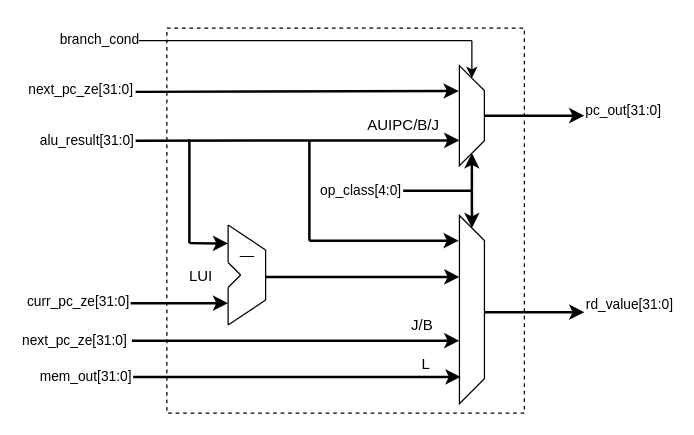
Above: docs/images/WB_BD.drawio in mircotoll01/VHDL-RISC-V (draw.io), before the change. Source tidied: cells renumbered, new cells numbered last; positions are measured from the earlier drawing's top-left corner, leaving out a move shared by most shapes. Both pictures are drawn from the tidied source at 125%, with x=0, y=0 at pixel (129, 28).
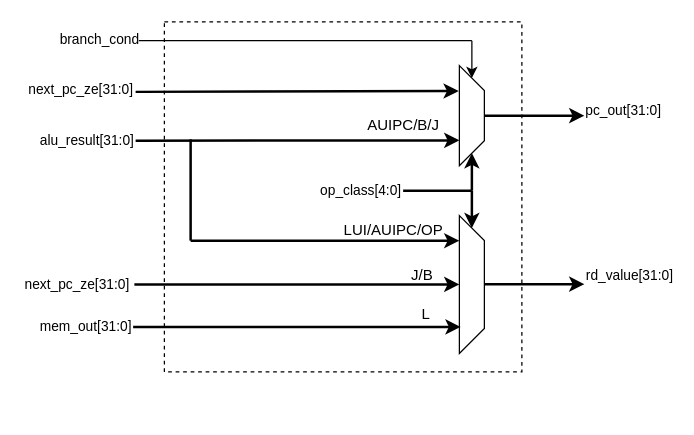
The same page after the edit.

The edit, as a diff of the source:
```diff
@@
-    <mxCell id="10" style="shape=trapezoid;perimeter=trapezoidPerimeter;whiteSpace=wrap;html=1;fixedSize=1;rotation=90;" parent="1" vertex="1">
-      <mxGeometry x="198.8" y="215.2" width="150.5" height="20" as="geometry" />
+    <mxCell id="10" style="shape=trapezoid;perimeter=trapezoidPerimeter;whiteSpace=wrap;html=1;fixedSize=1;rotation=90;strokeWidth=1;" parent="1" vertex="1">
+      <mxGeometry x="218.9" y="195.1" width="110.2" height="20" as="geometry" />
     </mxCell>
-    <mxCell id="11" style="endArrow=classic;html=1;rounded=0;entryX=0.166;entryY=1.025;entryDx=0;entryDy=0;entryPerimeter=0;strokeWidth=2;" parent="1" edge="1">
-      <mxGeometry relative="1" as="geometry">
-        <mxPoint x="144" y="170" as="sourcePoint" />
-        <mxPoint x="263.5" y="170" as="targetPoint" />
-      </mxGeometry>
-    </mxCell>
     <mxCell id="12" style="endArrow=classic;html=1;rounded=0;entryX=0.166;entryY=1.025;entryDx=0;entryDy=0;entryPerimeter=0;strokeWidth=2;" parent="1" edge="1">
       <mxGeometry relative="1" as="geometry">
-        <mxPoint x="3" y="279" as="sourcePoint" />
-        <mxPoint x="265" y="279" as="targetPoint" />
+        <mxPoint x="3" y="239" as="sourcePoint" />
+        <mxPoint x="265" y="239" as="targetPoint" />
       </mxGeometry>
     </mxCell>
@@
-    <mxCell id="14" style="endArrow=classic;html=1;rounded=0;entryX=0.166;entryY=1.025;entryDx=0;entryDy=0;entryPerimeter=0;strokeWidth=2;" parent="1" edge="1">
+    <mxCell id="14" style="endArrow=classic;html=1;rounded=0;strokeWidth=2;" parent="1" edge="1">
       <mxGeometry relative="1" as="geometry">
-        <mxPoint x="2" y="250" as="sourcePoint" />
-        <mxPoint x="264" y="250" as="targetPoint" />
+        <mxPoint x="4" y="205" as="sourcePoint" />
+        <mxPoint x="264" y="205" as="targetPoint" />
       </mxGeometry>
     </mxCell>
@@
     <mxCell id="22" style="endArrow=classic;html=1;rounded=0;strokeWidth=2;" parent="1" edge="1">
       <mxGeometry relative="1" as="geometry">
-        <mxPoint x="284" y="227.2" as="sourcePoint" />
-        <mxPoint x="364" y="227.2" as="targetPoint" />
+        <mxPoint x="284" y="204.8" as="sourcePoint" />
+        <mxPoint x="364" y="204.8" as="targetPoint" />
       </mxGeometry>
     </mxCell>
@@
-    <mxCell id="24" style="endArrow=none;html=1;rounded=0;strokeWidth=2;" parent="1" edge="1">
-      <mxGeometry relative="1" as="geometry">
-        <mxPoint x="144" y="170" as="sourcePoint" />
-        <mxPoint x="144" y="90" as="targetPoint" />
-      </mxGeometry>
-    </mxCell>
-    <mxCell id="25" style="endArrow=none;html=1;rounded=0;" parent="1" edge="1">
-      <mxGeometry relative="1" as="geometry">
-        <mxPoint x="109" y="217.5" as="sourcePoint" />
-        <mxPoint x="109" y="177.5" as="targetPoint" />
-      </mxGeometry>
-    </mxCell>
-    <mxCell id="26" style="endArrow=none;html=1;rounded=0;" parent="1" edge="1">
-      <mxGeometry relative="1" as="geometry">
-        <mxPoint x="79" y="157.5" as="sourcePoint" />
-        <mxPoint x="109" y="177.5" as="targetPoint" />
-      </mxGeometry>
-    </mxCell>
-    <mxCell id="27" style="endArrow=none;html=1;rounded=0;" parent="1" edge="1">
-      <mxGeometry relative="1" as="geometry">
-        <mxPoint x="79" y="237.5" as="sourcePoint" />
-        <mxPoint x="109" y="217.5" as="targetPoint" />
-      </mxGeometry>
-    </mxCell>
-    <mxCell id="28" style="endArrow=none;html=1;rounded=0;" parent="1" edge="1">
-      <mxGeometry relative="1" as="geometry">
-        <mxPoint x="79" y="187.5" as="sourcePoint" />
-        <mxPoint x="79" y="157.5" as="targetPoint" />
-      </mxGeometry>
-    </mxCell>
-    <mxCell id="29" style="endArrow=none;html=1;rounded=0;" parent="1" edge="1">
-      <mxGeometry relative="1" as="geometry">
-        <mxPoint x="79" y="237.5" as="sourcePoint" />
-        <mxPoint x="79" y="207.5" as="targetPoint" />
-      </mxGeometry>
-    </mxCell>
-    <mxCell id="30" style="endArrow=none;html=1;rounded=0;" parent="1" edge="1">
-      <mxGeometry relative="1" as="geometry">
-        <mxPoint x="79" y="207.5" as="sourcePoint" />
-        <mxPoint x="89" y="197.5" as="targetPoint" />
-      </mxGeometry>
-    </mxCell>
-    <mxCell id="31" style="endArrow=none;html=1;rounded=0;" parent="1" edge="1">
-      <mxGeometry relative="1" as="geometry">
-        <mxPoint x="79" y="187.5" as="sourcePoint" />
-        <mxPoint x="89" y="197.5" as="targetPoint" />
-      </mxGeometry>
-    </mxCell>
-    <mxCell id="32" style="endArrow=classic;html=1;rounded=0;strokeWidth=2;" parent="1" edge="1">
-      <mxGeometry relative="1" as="geometry">
-        <mxPoint x="1" y="220" as="sourcePoint" />
-        <mxPoint x="79" y="220" as="targetPoint" />
-      </mxGeometry>
-    </mxCell>
-    <mxCell id="33" value="curr_pc_ze[31:0]" style="edgeLabel;html=1;align=center;verticalAlign=middle;" parent="32" vertex="1">
-      <mxGeometry x="-0.86" relative="1" as="geometry">
-        <mxPoint x="-48" y="-2" as="offset" />
-      </mxGeometry>
-    </mxCell>
-    <mxCell id="34" value="_" style="text;html=1;align=center;verticalAlign=middle;strokeColor=none;fillColor=none;fontSize=20;fontStyle=1;" parent="1" vertex="1">
-      <mxGeometry x="79" y="152.5" width="30" height="40" as="geometry" />
-    </mxCell>
-    <mxCell id="35" style="endArrow=classic;html=1;rounded=0;entryX=0.326;entryY=1;entryDx=0;entryDy=0;entryPerimeter=0;strokeWidth=2;" parent="1" edge="1" target="10">
+    <mxCell id="35" style="endArrow=classic;html=1;rounded=0;entryX=0.326;entryY=1;entryDx=0;entryDy=0;entryPerimeter=0;strokeWidth=2;" parent="1" edge="1">
       <mxGeometry relative="1" as="geometry">
-        <mxPoint x="109" y="199" as="sourcePoint" />
+        <mxPoint x="49" y="170" as="sourcePoint" />
+        <mxPoint x="264" y="170.1" as="targetPoint" />
       </mxGeometry>
     </mxCell>
     <mxCell id="36" style="endArrow=none;html=1;rounded=0;strokeWidth=2;" parent="1" edge="1">
       <mxGeometry relative="1" as="geometry">
-        <mxPoint x="48" y="172" as="sourcePoint" />
-        <mxPoint x="48" y="89" as="targetPoint" />
+        <mxPoint x="49" y="170" as="sourcePoint" />
+        <mxPoint x="49" y="89" as="targetPoint" />
       </mxGeometry>
     </mxCell>
-    <mxCell id="37" style="endArrow=classic;html=1;rounded=0;entryX=0;entryY=0.546;entryDx=0;entryDy=0;entryPerimeter=0;strokeWidth=2;" parent="1" edge="1">
-      <mxGeometry relative="1" as="geometry">
-        <mxPoint x="48" y="172" as="sourcePoint" />
-        <mxPoint x="79" y="172.3" as="targetPoint" />
-      </mxGeometry>
-    </mxCell>
     <mxCell id="38" style="rounded=0;whiteSpace=wrap;html=1;fillColor=none;dashed=1;" parent="1" vertex="1">
-      <mxGeometry x="30" width="286" height="308" as="geometry" />
+      <mxGeometry x="28" y="-5" width="286" height="280" as="geometry" />
     </mxCell>
@@
-    <mxCell id="40" value="LUI" style="text;html=1;align=center;verticalAlign=middle;strokeColor=none;fillColor=none;" parent="1" vertex="1">
-      <mxGeometry x="38" y="185" width="38" height="27" as="geometry" />
+    <mxCell id="40" value="LUI/AUIPC/OP" style="text;html=1;align=center;verticalAlign=middle;strokeColor=none;fillColor=none;" parent="1" vertex="1">
+      <mxGeometry x="162" y="148" width="98" height="27" as="geometry" />
     </mxCell>
     <mxCell id="41" value="J/B" style="text;html=1;align=center;verticalAlign=middle;strokeColor=none;fillColor=none;" parent="1" vertex="1">
-      <mxGeometry x="216" y="224" width="36" height="27" as="geometry" />
+      <mxGeometry x="216" y="184" width="36" height="27" as="geometry" />
     </mxCell>
     <mxCell id="42" value="L" style="text;html=1;align=center;verticalAlign=middle;strokeColor=none;fillColor=none;" parent="1" vertex="1">
-      <mxGeometry x="224" y="255" width="26" height="27" as="geometry" />
+      <mxGeometry x="224" y="215" width="26" height="27" as="geometry" />
     </mxCell>
```
